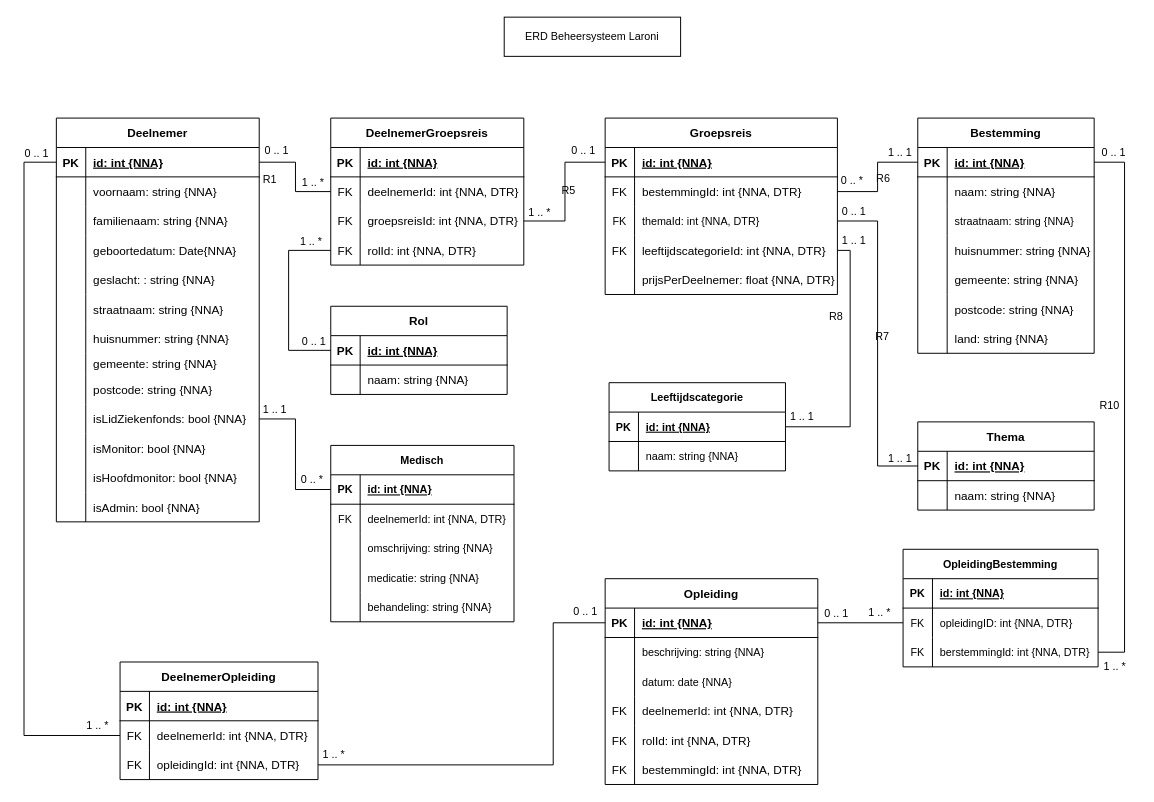
Above: beheersysteem.drawio in Laurens8/Laroni-Travel (draw.io), before the change. Source tidied: cells renumbered, new cells numbered last; positions are measured from the earlier drawing's top-left corner, leaving out a move shared by most shapes. Both pictures are drawn from the tidied source at 98%, with x=0, y=0 at pixel (19, 17).
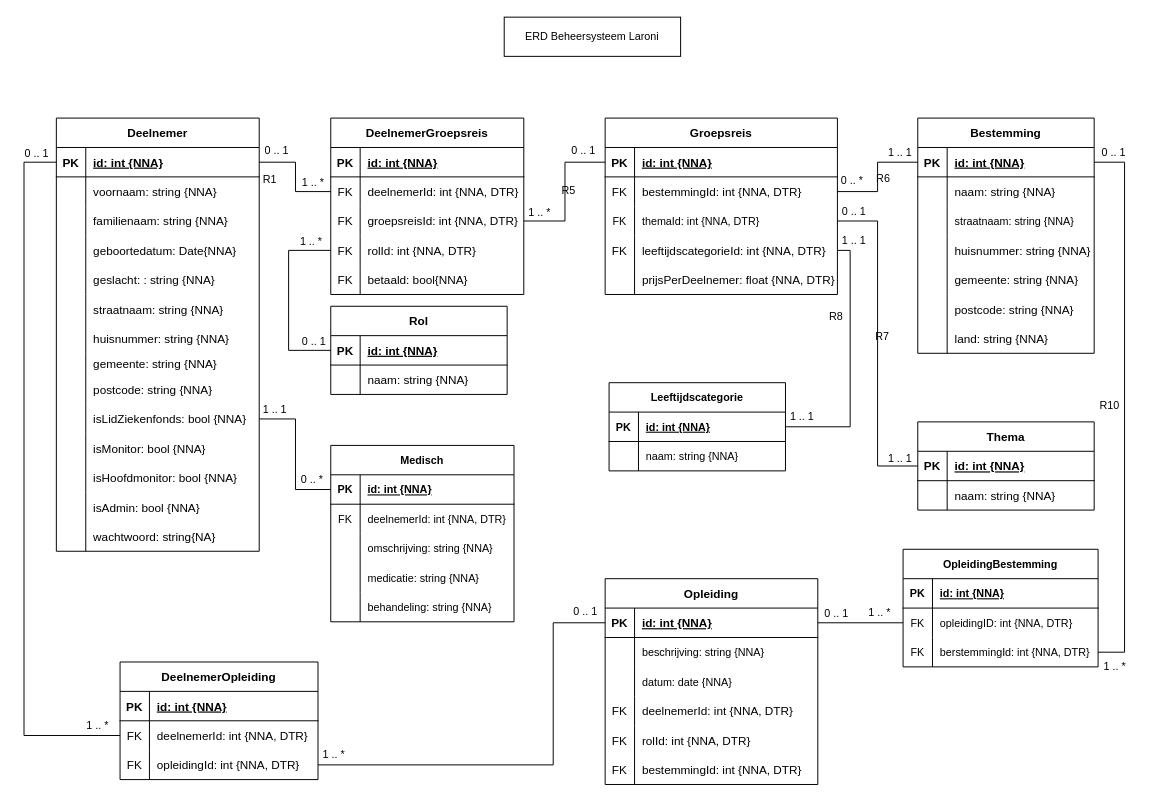
After the change.

Commit message (it also covers changes not shown here):
ERD aangepast

The edit, as a diff of the source:
```diff
@@
     <mxCell id="43" value="Deelnemer" style="shape=table;startSize=30;childLayout=tableLayout;rowLines=0;fontStyle=1;align=center;" parent="1" vertex="1">
-      <mxGeometry x="38" y="103" width="207" height="412" as="geometry" />
+      <mxGeometry x="38" y="103" width="207" height="442" as="geometry" />
     </mxCell>
@@
+    <mxCell id="209" style="shape=tableRow;horizontal=0;startSize=0;swimlaneHead=0;swimlaneBody=0;fillColor=none;top=0;left=0;right=0;bottom=0;" parent="43" vertex="1">
+      <mxGeometry y="412" width="207" height="30" as="geometry" />
+    </mxCell>
+    <mxCell id="210" style="shape=partialRectangle;fillColor=none;top=0;left=0;bottom=0;right=0;overflow=hidden;" parent="209" vertex="1">
+      <mxGeometry width="30" height="30" as="geometry" />
+    </mxCell>
+    <mxCell id="211" value="wachtwoord: string{NA}" style="shape=partialRectangle;fillColor=none;top=0;left=0;bottom=0;right=0;align=left;spacingLeft=6;overflow=hidden;" parent="209" vertex="1">
+      <mxGeometry x="30" width="177" height="30" as="geometry" />
+    </mxCell>
@@
     <mxCell id="99" value="DeelnemerGroepsreis" style="shape=table;startSize=30;childLayout=tableLayout;rowLines=0;fontStyle=1;align=center;" parent="1" vertex="1">
-      <mxGeometry x="318" y="103" width="197" height="150" as="geometry" />
+      <mxGeometry x="318" y="103" width="197" height="180" as="geometry" />
     </mxCell>
@@
+    <mxCell id="212" style="shape=tableRow;horizontal=0;startSize=0;swimlaneHead=0;swimlaneBody=0;fillColor=none;top=0;left=0;right=0;bottom=0;" parent="99" vertex="1">
+      <mxGeometry y="150" width="197" height="30" as="geometry" />
+    </mxCell>
+    <mxCell id="213" value="FK" style="shape=partialRectangle;fillColor=none;top=0;left=0;bottom=0;right=0;overflow=hidden;" parent="212" vertex="1">
+      <mxGeometry width="30" height="30" as="geometry" />
+    </mxCell>
+    <mxCell id="214" value="betaald: bool{NNA}" style="shape=partialRectangle;fillColor=none;top=0;left=0;bottom=0;right=0;align=left;spacingLeft=6;overflow=hidden;" parent="212" vertex="1">
+      <mxGeometry x="30" width="167" height="30" as="geometry" />
+    </mxCell>
```
